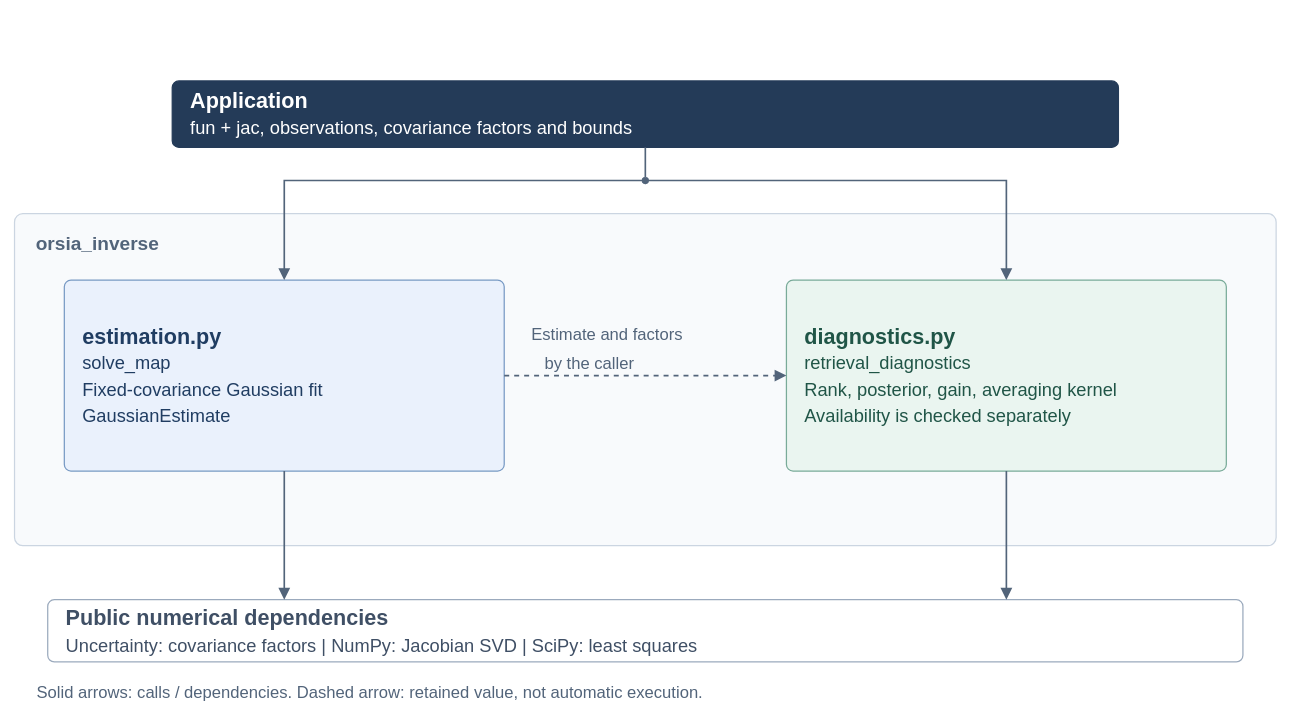
Above: libs/orsia-inverse/docs/diagrams/architecture.drawio in scklab-dev/orsia (draw.io), before the change. Source tidied: cells renumbered, new cells numbered last; positions are measured from the earlier drawing's top-left corner, leaving out a move shared by most shapes. Both pictures are drawn from the tidied source at 83%, with x=0, y=0 at pixel (14, 81).
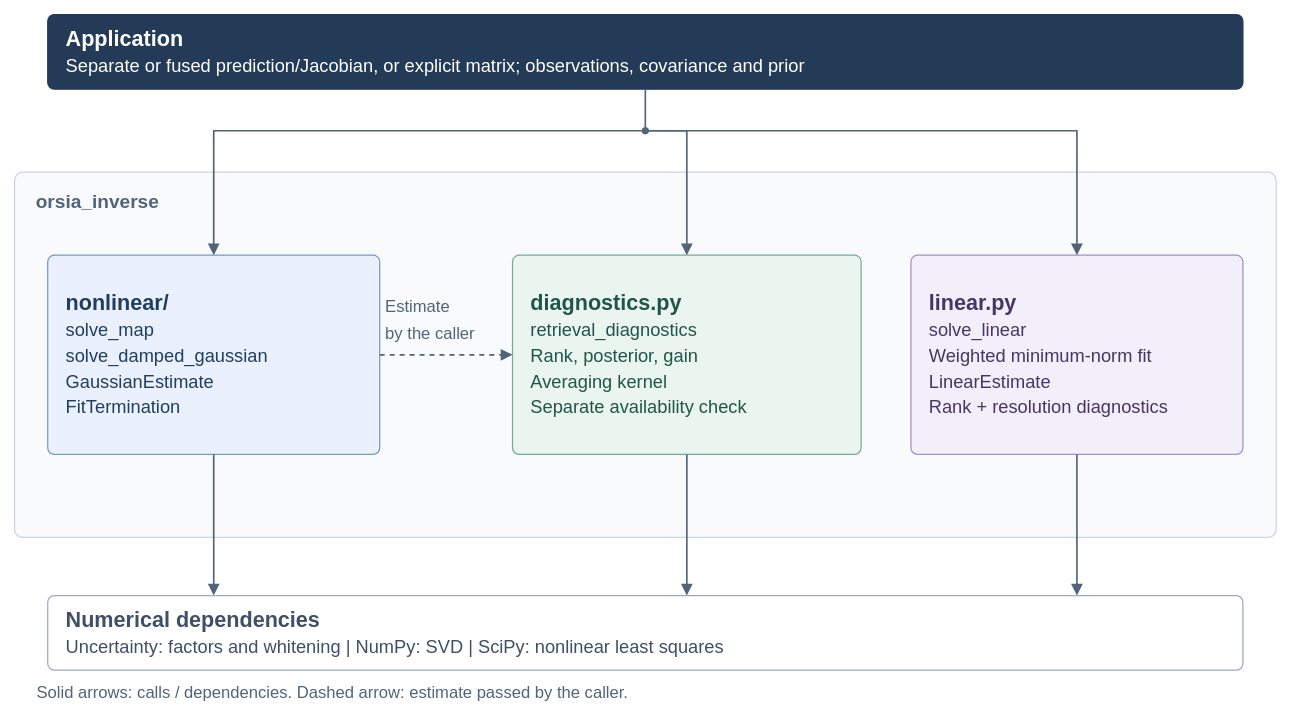
The same page after the edit.

What changed in the source:
```diff
@@
-    <mxCell id="2" value="&lt;b&gt;Application&lt;/b&gt;&lt;br&gt;&lt;span style=&quot;font-size:22px&quot;&gt;fun + jac, observations, covariance factors and bounds&lt;/span&gt;" style="rounded=1;absoluteArcSize=1;arcSize=16;whiteSpace=wrap;html=1;align=left;verticalAlign=middle;spacing=22;fontFamily=Helvetica;fontSize=26;fontColor=#FFFFFF;fillColor=#243B58;strokeColor=#243B58;strokeWidth=1.5;" parent="1" vertex="1">
-      <mxGeometry x="190" width="1140" height="80" as="geometry" />
+    <mxCell id="2" value="&lt;b&gt;Application&lt;/b&gt;&lt;br&gt;&lt;span style=&quot;font-size:22px&quot;&gt;Separate or fused prediction/Jacobian, or explicit matrix; observations, covariance and prior&lt;/span&gt;" style="rounded=1;absoluteArcSize=1;arcSize=16;whiteSpace=wrap;html=1;align=left;verticalAlign=middle;spacing=22;fontFamily=Helvetica;fontSize=26;fontColor=#FFFFFF;fillColor=#243B58;strokeColor=#243B58;strokeWidth=1.5;" parent="1" vertex="1">
+      <mxGeometry x="40" y="-80" width="1440" height="90" as="geometry" />
     </mxCell>
     <mxCell id="3" value="orsia_inverse" style="rounded=1;absoluteArcSize=1;arcSize=20;whiteSpace=wrap;html=0;align=left;verticalAlign=top;spacingLeft=24;spacingTop=16;fontFamily=Helvetica;fontSize=23;fontStyle=1;fontColor=#52647A;fillColor=#F8FAFC;strokeColor=#CBD5E1;strokeWidth=1.5;" parent="1" vertex="1">
-      <mxGeometry y="160" width="1520" height="400" as="geometry" />
+      <mxGeometry y="110" width="1520" height="440" as="geometry" />
     </mxCell>
-    <mxCell id="4" value="&lt;b&gt;estimation.py&lt;/b&gt;&lt;br&gt;&lt;span style=&quot;font-size:22px&quot;&gt;solve_map&lt;br&gt;Fixed-covariance Gaussian fit&lt;br&gt;GaussianEstimate&lt;/span&gt;" style="rounded=1;absoluteArcSize=1;arcSize=16;whiteSpace=wrap;html=1;align=left;verticalAlign=middle;spacing=22;fontFamily=Helvetica;fontSize=26;fontColor=#203D62;fillColor=#EAF1FC;strokeColor=#789AC4;strokeWidth=1.5;" parent="3" vertex="1">
-      <mxGeometry x="60" y="80" width="530" height="230" as="geometry" />
+    <mxCell id="4" value="&lt;b&gt;nonlinear/&lt;/b&gt;&lt;br&gt;&lt;span style=&quot;font-size:22px&quot;&gt;solve_map&lt;br&gt;solve_damped_gaussian&lt;br&gt;GaussianEstimate&lt;br&gt;FitTermination&lt;/span&gt;" style="rounded=1;absoluteArcSize=1;arcSize=16;whiteSpace=wrap;html=1;align=left;verticalAlign=middle;spacing=22;fontFamily=Helvetica;fontSize=26;fontColor=#203D62;fillColor=#EAF1FC;strokeColor=#789AC4;strokeWidth=1.5;" parent="3" vertex="1">
+      <mxGeometry x="40" y="100" width="400" height="240" as="geometry" />
     </mxCell>
-    <mxCell id="5" value="&lt;b&gt;diagnostics.py&lt;/b&gt;&lt;br&gt;&lt;span style=&quot;font-size:22px&quot;&gt;retrieval_diagnostics&lt;br&gt;Rank, posterior, gain, averaging kernel&lt;br&gt;Availability is checked separately&lt;/span&gt;" style="rounded=1;absoluteArcSize=1;arcSize=16;whiteSpace=wrap;html=1;align=left;verticalAlign=middle;spacing=22;fontFamily=Helvetica;fontSize=26;fontColor=#205547;fillColor=#EAF5F0;strokeColor=#79AB99;strokeWidth=1.5;" parent="3" vertex="1">
-      <mxGeometry x="930" y="80" width="530" height="230" as="geometry" />
+    <mxCell id="5" value="&lt;b&gt;diagnostics.py&lt;/b&gt;&lt;br&gt;&lt;span style=&quot;font-size:22px&quot;&gt;retrieval_diagnostics&lt;br&gt;Rank, posterior, gain&lt;br&gt;Averaging kernel&lt;br&gt;Separate availability check&lt;/span&gt;" style="rounded=1;absoluteArcSize=1;arcSize=16;whiteSpace=wrap;html=1;align=left;verticalAlign=middle;spacing=22;fontFamily=Helvetica;fontSize=26;fontColor=#205547;fillColor=#EAF5F0;strokeColor=#79AB99;strokeWidth=1.5;" parent="3" vertex="1">
+      <mxGeometry x="600" y="100" width="420" height="240" as="geometry" />
     </mxCell>
     <mxCell id="6" style="ellipse;html=0;fillColor=#52647A;strokeColor=#52647A;fontColor=#52647A;" parent="1" vertex="1">
-      <mxGeometry x="756" y="116" width="8" height="8" as="geometry" />
+      <mxGeometry x="756" y="56" width="8" height="8" as="geometry" />
     </mxCell>
@@
     <mxCell id="8" style="edgeStyle=orthogonalEdgeStyle;rounded=0;html=0;exitX=0.5;exitY=1;entryX=0.5;entryY=0;endArrow=block;endFill=1;endSize=9;strokeWidth=2;strokeColor=#52647A;fontColor=#52647A;fillColor=none;dashed=0;" parent="1" edge="1" source="6" target="4">
       <mxGeometry relative="1" as="geometry">
         <Array as="points">
-          <mxPoint x="325" y="120" />
+          <mxPoint x="240" y="60" />
         </Array>
       </mxGeometry>
     </mxCell>
     <mxCell id="9" style="edgeStyle=orthogonalEdgeStyle;rounded=0;html=0;exitX=0.5;exitY=1;entryX=0.5;entryY=0;endArrow=block;endFill=1;endSize=9;strokeWidth=2;strokeColor=#52647A;fontColor=#52647A;fillColor=none;dashed=0;" parent="1" edge="1" source="6" target="5">
       <mxGeometry relative="1" as="geometry">
         <Array as="points">
-          <mxPoint x="1195" y="120" />
+          <mxPoint x="810" y="60" />
         </Array>
       </mxGeometry>
     </mxCell>
@@
-    <mxCell id="11" value="Estimate and factors" style="text;html=0;align=left;verticalAlign=middle;fontFamily=Helvetica;fontSize=20;fontStyle=0;fontColor=#52647A;fillColor=none;strokeColor=none;" parent="1" vertex="1">
-      <mxGeometry x="621" y="289" width="270" height="30" as="geometry" />
+    <mxCell id="11" value="Estimate" style="text;html=0;align=left;verticalAlign=middle;fontFamily=Helvetica;fontSize=20;fontStyle=0;fontColor=#52647A;fillColor=none;strokeColor=none;" parent="1" vertex="1">
+      <mxGeometry x="445" y="255" width="140" height="30" as="geometry" />
     </mxCell>
     <mxCell id="12" value="by the caller" style="text;html=0;align=left;verticalAlign=middle;fontFamily=Helvetica;fontSize=20;fontStyle=0;fontColor=#52647A;fillColor=none;strokeColor=none;" parent="1" vertex="1">
-      <mxGeometry x="637" y="326" width="240" height="26" as="geometry" />
+      <mxGeometry x="445" y="290" width="140" height="26" as="geometry" />
     </mxCell>
-    <mxCell id="13" value="&lt;b&gt;Public numerical dependencies&lt;/b&gt;&lt;br&gt;&lt;span style=&quot;font-size:22px&quot;&gt;Uncertainty: covariance factors | NumPy: Jacobian SVD | SciPy: least squares&lt;/span&gt;" style="rounded=1;absoluteArcSize=1;arcSize=16;whiteSpace=wrap;html=1;align=left;verticalAlign=middle;spacing=22;fontFamily=Helvetica;fontSize=26;fontColor=#3F4F65;fillColor=#FFFFFF;strokeColor=#9BAABD;strokeWidth=1.5;" parent="1" vertex="1">
-      <mxGeometry x="40" y="625" width="1440" height="75" as="geometry" />
+    <mxCell id="13" value="&lt;b&gt;Numerical dependencies&lt;/b&gt;&lt;br&gt;&lt;span style=&quot;font-size:22px&quot;&gt;Uncertainty: factors and whitening | NumPy: SVD | SciPy: nonlinear least squares&lt;/span&gt;" style="rounded=1;absoluteArcSize=1;arcSize=16;whiteSpace=wrap;html=1;align=left;verticalAlign=middle;spacing=22;fontFamily=Helvetica;fontSize=26;fontColor=#3F4F65;fillColor=#FFFFFF;strokeColor=#9BAABD;strokeWidth=1.5;" parent="1" vertex="1">
+      <mxGeometry x="40" y="620" width="1440" height="90" as="geometry" />
     </mxCell>
-    <mxCell id="14" style="edgeStyle=orthogonalEdgeStyle;rounded=0;html=0;exitX=0.5;exitY=1;entryX=0.19791666666666666;entryY=0;endArrow=block;endFill=1;endSize=9;strokeWidth=2;strokeColor=#52647A;fontColor=#52647A;fillColor=none;dashed=0;" parent="1" edge="1" source="4" target="13">
+    <mxCell id="14" style="edgeStyle=orthogonalEdgeStyle;rounded=0;html=0;exitX=0.5;exitY=1;entryX=0.1388888888888889;entryY=0;endArrow=block;endFill=1;endSize=9;strokeWidth=2;strokeColor=#52647A;fontColor=#52647A;fillColor=none;dashed=0;" parent="1" edge="1" source="4" target="13">
       <mxGeometry relative="1" as="geometry" />
     </mxCell>
-    <mxCell id="15" style="edgeStyle=orthogonalEdgeStyle;rounded=0;html=0;exitX=0.5;exitY=1;entryX=0.8020833333333334;entryY=0;endArrow=block;endFill=1;endSize=9;strokeWidth=2;strokeColor=#52647A;fontColor=#52647A;fillColor=none;dashed=0;" parent="1" edge="1" source="5" target="13">
+    <mxCell id="15" style="edgeStyle=orthogonalEdgeStyle;rounded=0;html=0;exitX=0.5;exitY=1;entryX=0.5347222222222222;entryY=0;endArrow=block;endFill=1;endSize=9;strokeWidth=2;strokeColor=#52647A;fontColor=#52647A;fillColor=none;dashed=0;" parent="1" edge="1" source="5" target="13">
       <mxGeometry relative="1" as="geometry" />
     </mxCell>
-    <mxCell id="16" value="Solid arrows: calls / dependencies. Dashed arrow: retained value, not automatic execution." style="text;html=0;align=left;verticalAlign=middle;fontFamily=Helvetica;fontSize=20;fontStyle=0;fontColor=#52647A;fillColor=none;strokeColor=none;" parent="1" vertex="1">
+    <mxCell id="16" value="Solid arrows: calls / dependencies. Dashed arrow: estimate passed by the caller." style="text;html=0;align=left;verticalAlign=middle;fontFamily=Helvetica;fontSize=20;fontStyle=0;fontColor=#52647A;fillColor=none;strokeColor=none;" parent="1" vertex="1">
       <mxGeometry x="25" y="720" width="1460" height="30" as="geometry" />
     </mxCell>
+    <mxCell id="17" value="&lt;b&gt;linear.py&lt;/b&gt;&lt;br&gt;&lt;span style=&quot;font-size:22px&quot;&gt;solve_linear&lt;br&gt;Weighted minimum-norm fit&lt;br&gt;LinearEstimate&lt;br&gt;Rank + resolution diagnostics&lt;/span&gt;" style="rounded=1;absoluteArcSize=1;arcSize=16;whiteSpace=wrap;html=1;align=left;verticalAlign=middle;spacing=22;fontFamily=Helvetica;fontSize=26;fontColor=#473564;fillColor=#F2EEFA;strokeColor=#A490C4;strokeWidth=1.5;" parent="3" vertex="1">
+      <mxGeometry x="1080" y="100" width="400" height="240" as="geometry" />
+    </mxCell>
+    <mxCell id="18" style="edgeStyle=orthogonalEdgeStyle;rounded=0;html=0;exitX=0.5;exitY=1;entryX=0.5;entryY=0;endArrow=block;endFill=1;endSize=9;strokeWidth=2;strokeColor=#52647A;fontColor=#52647A;fillColor=none;dashed=0;" parent="1" edge="1" source="6" target="17">
+      <mxGeometry relative="1" as="geometry">
+        <Array as="points">
+          <mxPoint x="1280" y="60" />
+        </Array>
+      </mxGeometry>
+    </mxCell>
+    <mxCell id="19" style="edgeStyle=orthogonalEdgeStyle;rounded=0;html=0;exitX=0.5;exitY=1;entryX=0.8611111111111112;entryY=0;endArrow=block;endFill=1;endSize=9;strokeWidth=2;strokeColor=#52647A;fontColor=#52647A;fillColor=none;dashed=0;" parent="1" edge="1" source="17" target="13">
+      <mxGeometry relative="1" as="geometry" />
+    </mxCell>
```
